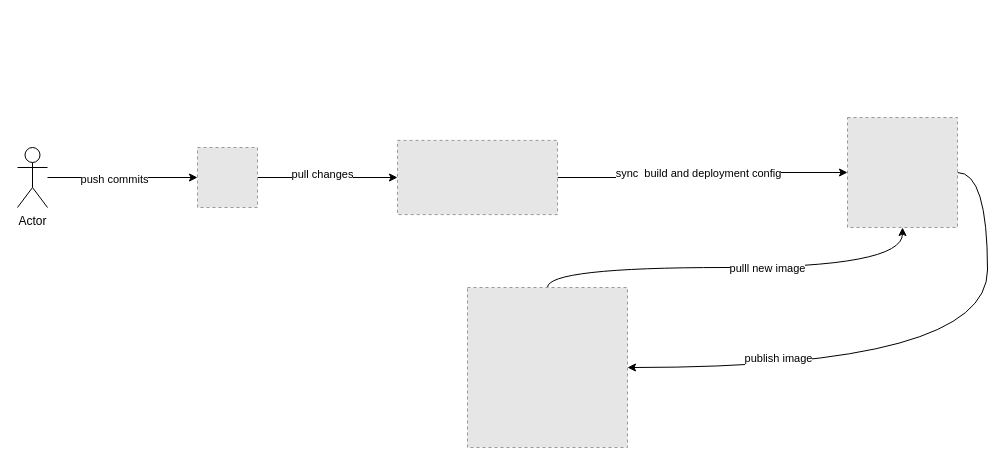
The draw.io diagram iac-deployment.drawio in haidouks/draw.io, before the edit. Source tidied: cells renumbered, new cells numbered last; positions are measured from the earlier drawing's top-left corner, leaving out a move shared by most shapes. Both pictures are drawn from the tidied source at 100%, with x=0, y=0 at pixel (17, 117). Pictures stored in the file or linked from it are replaced by grey dashed boxes.
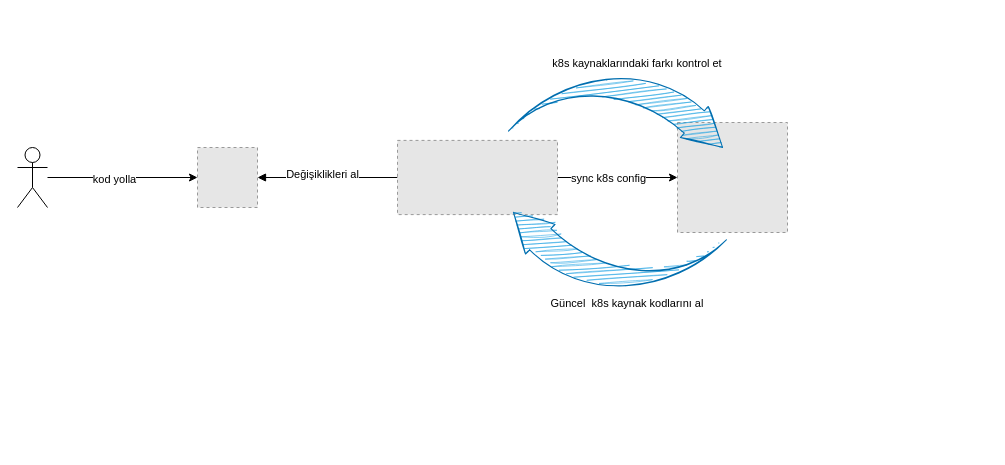
The same page after the edit.

Unchanged cells that the change refers to:
```xml
<mxCell id="2" style="edgeStyle=orthogonalEdgeStyle;rounded=0;jettySize=auto;html=1;" parent="1" edge="1" source="4" target="7">
  <mxGeometry relative="1" as="geometry" />
</mxCell>
<mxCell id="7" style="fillColor=#E6E6E6;strokeColor=#999999;dashed=1;html=1;verticalAlign=top;verticalLabelPosition=bottom;labelBackgroundColor=#ffffff;" parent="1" vertex="1">
  <mxGeometry x="180" y="30" width="60" height="60" as="geometry" />
</mxCell>
<mxCell id="8" style="edgeStyle=orthogonalEdgeStyle;rounded=0;jettySize=auto;html=1;exitX=1;exitY=0.5;exitDx=0;exitDy=0;" parent="1" edge="1" source="10" target="13">
  <mxGeometry relative="1" as="geometry" />
</mxCell>
<mxCell id="10" style="fillColor=#E6E6E6;strokeColor=#999999;dashed=1;verticalLabelPosition=bottom;labelBackgroundColor=#ffffff;verticalAlign=top;" parent="1" vertex="1">
  <mxGeometry x="380" y="22.9" width="160" height="74.2" as="geometry" />
</mxCell>
```

Change to the diagram source:
```diff
@@
-    <mxCell id="3" value="push commits" style="edgeLabel;html=1;align=center;verticalAlign=middle;" parent="2" vertex="1">
+    <mxCell id="3" value="kod yolla" style="edgeLabel;html=1;align=center;verticalAlign=middle;" parent="2" vertex="1">
       <mxGeometry x="-0.12" y="-1" relative="1" as="geometry" />
     </mxCell>
-    <mxCell id="4" value="Actor" style="shape=umlActor;verticalLabelPosition=bottom;verticalAlign=top;html=1;outlineConnect=0;" parent="1" vertex="1">
+    <mxCell id="4" style="shape=umlActor;verticalLabelPosition=bottom;verticalAlign=top;html=1;outlineConnect=0;" parent="1" vertex="1">
       <mxGeometry y="30" width="30" height="60" as="geometry" />
     </mxCell>
-    <mxCell id="5" style="edgeStyle=orthogonalEdgeStyle;rounded=0;jettySize=auto;html=1;" parent="1" edge="1" source="7" target="10">
+    <mxCell id="5" style="edgeStyle=orthogonalEdgeStyle;rounded=0;jettySize=auto;html=1;startArrow=block;startFill=1;endArrow=none;endFill=0;" parent="1" edge="1" source="7" target="10">
       <mxGeometry relative="1" as="geometry" />
     </mxCell>
-    <mxCell id="6" value="pull changes" style="edgeLabel;html=1;align=center;verticalAlign=middle;" parent="5" vertex="1">
+    <mxCell id="6" value="Değişiklikleri al" style="edgeLabel;html=1;align=center;verticalAlign=middle;" parent="5" vertex="1">
       <mxGeometry x="-0.09" y="4" relative="1" as="geometry" />
     </mxCell>
@@
-    <mxCell id="9" value="sync &amp;nbsp;build and deployment config" style="edgeLabel;html=1;align=center;verticalAlign=middle;" parent="8" vertex="1">
+    <mxCell id="9" value="sync k8s config" style="edgeLabel;html=1;align=center;verticalAlign=middle;" parent="8" vertex="1">
       <mxGeometry x="-0.36" y="2" relative="1" as="geometry">
-        <mxPoint x="46" y="-3" as="offset" />
+        <mxPoint x="12" y="2" as="offset" />
       </mxGeometry>
     </mxCell>
@@
-    <mxCell id="11" style="edgeStyle=orthogonalEdgeStyle;jettySize=auto;html=1;exitX=1;exitY=0.5;exitDx=0;exitDy=0;entryX=1;entryY=0.5;entryDx=0;entryDy=0;curved=1;" parent="1" edge="1" source="13" target="16">
-      <mxGeometry relative="1" as="geometry">
-        <Array as="points">
-          <mxPoint x="970" y="55" />
-          <mxPoint x="970" y="250" />
-        </Array>
-      </mxGeometry>
-    </mxCell>
-    <mxCell id="12" value="publish image" style="edgeLabel;html=1;align=center;verticalAlign=middle;" parent="11" vertex="1">
-      <mxGeometry x="-0.3" y="4" relative="1" as="geometry">
-        <mxPoint x="-214" y="10" as="offset" />
-      </mxGeometry>
-    </mxCell>
     <mxCell id="13" style="fillColor=#E6E6E6;strokeColor=#999999;dashed=1;verticalLabelPosition=bottom;labelBackgroundColor=#ffffff;verticalAlign=top;" parent="1" vertex="1">
-      <mxGeometry x="830" width="110" height="110" as="geometry" />
+      <mxGeometry x="660" y="5" width="110" height="110" as="geometry" />
     </mxCell>
-    <mxCell id="14" style="edgeStyle=orthogonalEdgeStyle;jettySize=auto;html=1;entryX=0.5;entryY=1;entryDx=0;entryDy=0;exitX=0.5;exitY=0;exitDx=0;exitDy=0;curved=1;" parent="1" edge="1" source="16" target="13">
-      <mxGeometry relative="1" as="geometry">
-        <Array as="points">
-          <mxPoint x="530" y="150" />
-          <mxPoint x="885" y="150" />
-        </Array>
-      </mxGeometry>
-    </mxCell>
-    <mxCell id="15" value="pulll new image" style="edgeLabel;html=1;align=center;verticalAlign=middle;" parent="14" vertex="1">
-      <mxGeometry x="0.15" relative="1" as="geometry" />
-    </mxCell>
-    <mxCell id="16" style="fillColor=#E6E6E6;strokeColor=#999999;dashed=1;verticalLabelPosition=bottom;labelBackgroundColor=#ffffff;verticalAlign=top;" parent="1" vertex="1">
-      <mxGeometry x="450" y="170" width="160" height="160" as="geometry" />
-    </mxCell>
+    <mxCell id="17" style="html=1;shadow=0;dashed=0;align=center;verticalAlign=middle;shape=mxgraph.arrows2.jumpInArrow;dy=15;dx=38;arrowHead=41.76;sketch=1;fontSize=14;rotation=-135;fillColor=#1ba1e2;fontColor=#ffffff;strokeColor=#006EAF;" parent="1" vertex="1">
+      <mxGeometry x="510" y="40" width="170" height="152" as="geometry" />
+    </mxCell>
+    <mxCell id="18" style="html=1;shadow=0;dashed=0;align=center;verticalAlign=middle;shape=mxgraph.arrows2.jumpInArrow;dy=15;dx=38;arrowHead=41.76;sketch=1;fontSize=14;rotation=42;fillColor=#1ba1e2;fontColor=#ffffff;strokeColor=#006EAF;" parent="1" vertex="1">
+      <mxGeometry x="520" y="-62" width="170" height="152" as="geometry" />
+    </mxCell>
+    <mxCell id="19" value="&lt;font style=&quot;font-size: 11px&quot;&gt;Güncel &amp;nbsp;k8s kaynak kodlarını al&lt;/font&gt;" style="text;html=1;strokeColor=none;fillColor=none;align=center;verticalAlign=middle;whiteSpace=wrap;rounded=0;sketch=1;fontSize=14;fontColor=#000000;" parent="1" vertex="1">
+      <mxGeometry x="530" y="170" width="160" height="30" as="geometry" />
+    </mxCell>
+    <mxCell id="20" value="&lt;font style=&quot;font-size: 11px&quot;&gt;k8s kaynaklarındaki farkı kontrol et&lt;/font&gt;" style="text;html=1;strokeColor=none;fillColor=none;align=center;verticalAlign=middle;whiteSpace=wrap;rounded=0;sketch=1;fontSize=14;fontColor=#000000;" parent="1" vertex="1">
+      <mxGeometry x="510" y="-70" width="220" height="30" as="geometry" />
+    </mxCell>
```
